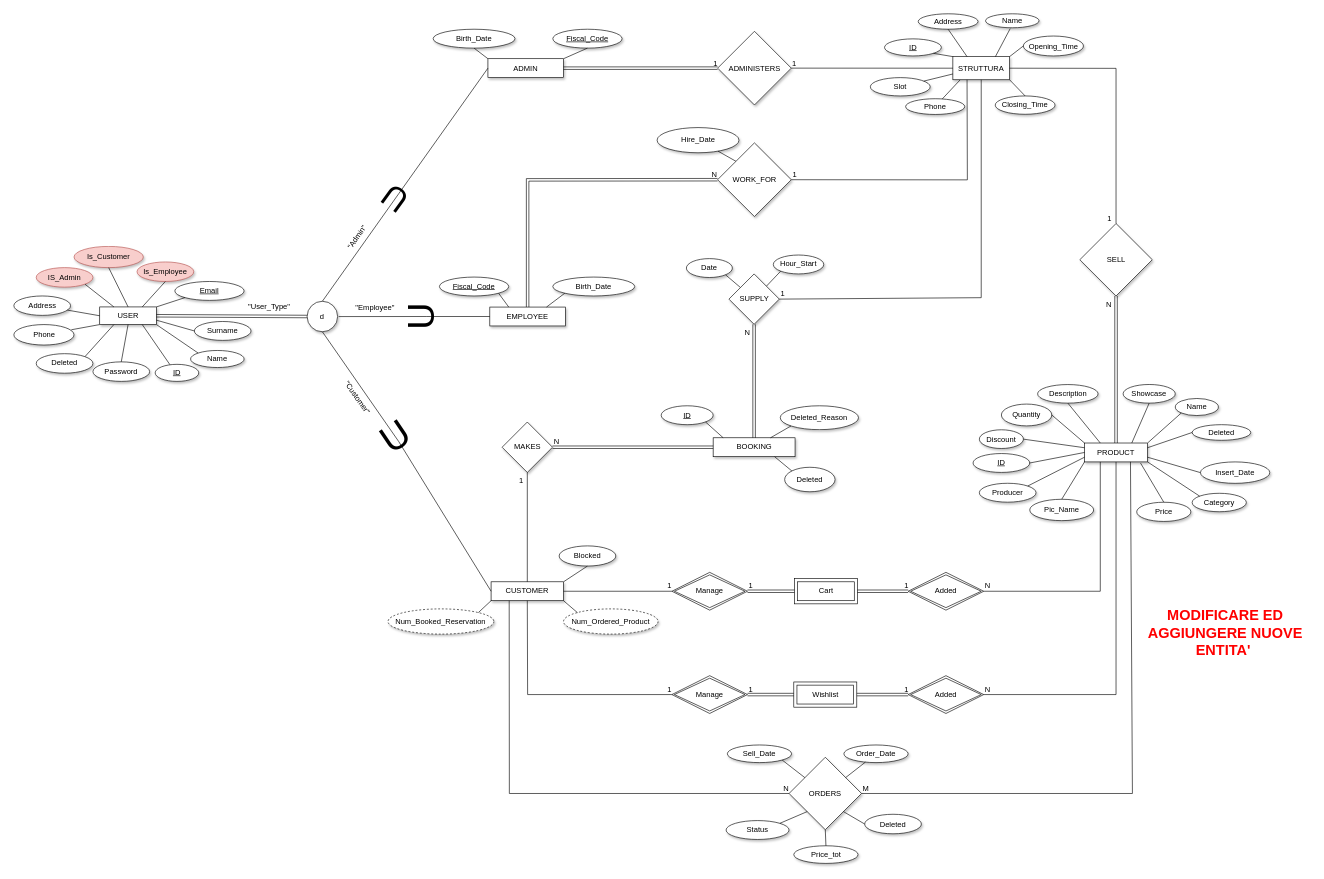
Earlier version of the draw.io diagram db/NEW_EER.drawio (lilpilgit/Barber). Source tidied: cells renumbered, new cells numbered last; positions are measured from the earlier drawing's top-left corner, leaving out a move shared by most shapes. Both pictures are drawn from the tidied source at 63%, with x=0, y=0 at pixel (13, 13).
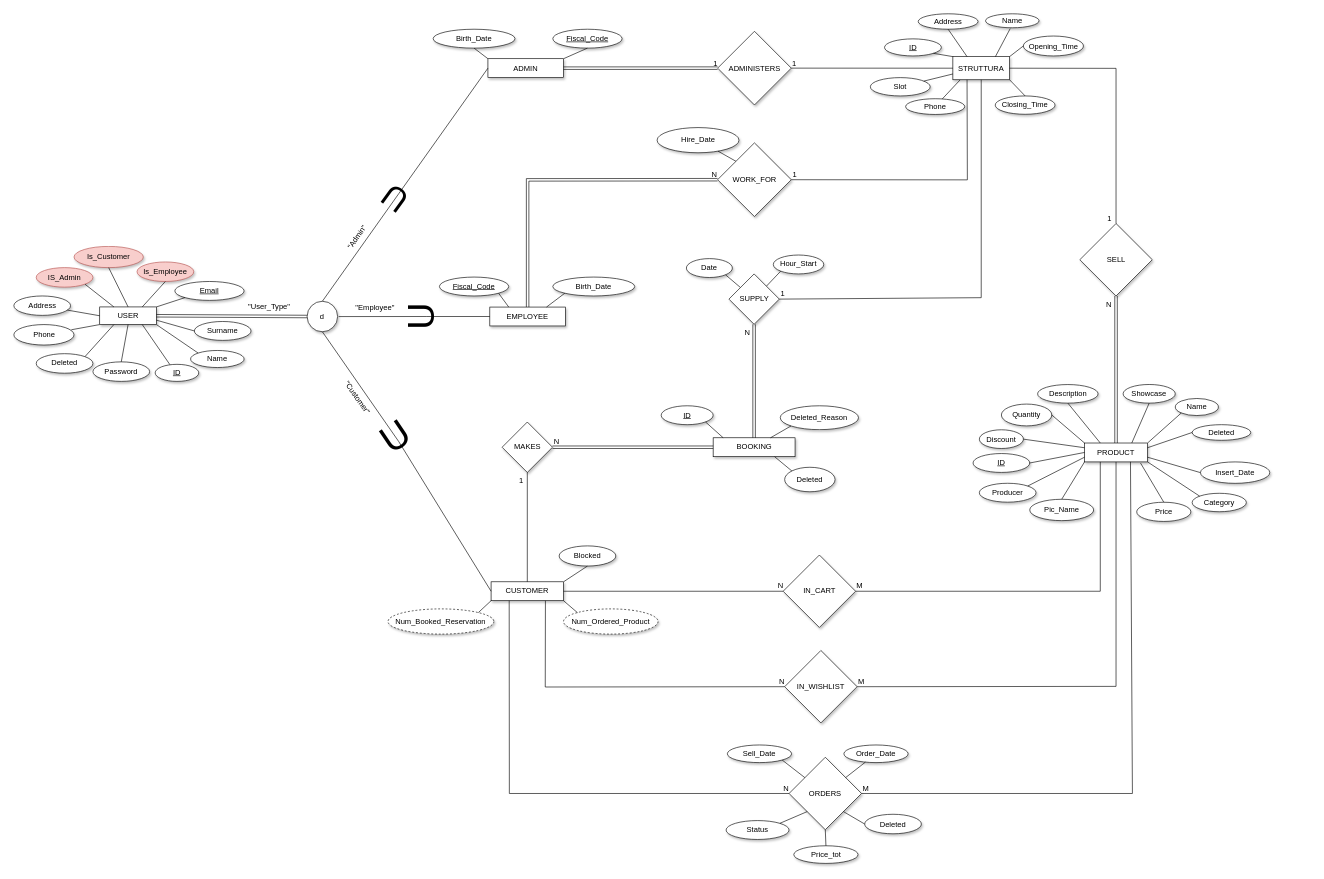
The same page after the edit.

The change refers to these unchanged cells:
```xml
<mxCell id="2" value="PRODUCT" style="rounded=0;whiteSpace=wrap;html=1;shadow=1;" parent="1" vertex="1">
  <mxGeometry x="1700" y="681.7" width="100" height="30" as="geometry" />
</mxCell>
<mxCell id="4" value="CUSTOMER" style="rounded=0;whiteSpace=wrap;html=1;shadow=1;" parent="1" vertex="1">
  <mxGeometry x="758" y="902" width="115" height="30" as="geometry" />
</mxCell>
```

What changed in the source:
```diff
@@
-    <mxCell id="150" value="&lt;font color=&quot;#ff0000&quot; size=&quot;1&quot;&gt;&lt;b style=&quot;font-size: 23px&quot;&gt;MODIFICARE ED AGGIUNGERE NUOVE ENTITA'&amp;nbsp;&lt;/b&gt;&lt;/font&gt;" style="text;html=1;strokeColor=none;fillColor=none;align=center;verticalAlign=middle;whiteSpace=wrap;rounded=0;" parent="1" vertex="1">
-      <mxGeometry x="1782.8" y="945" width="280.5" height="76.1" as="geometry" />
-    </mxCell>
-    <mxCell id="151" value="Cart" style="shape=ext;margin=3;double=1;whiteSpace=wrap;html=1;align=center;" parent="1" vertex="1">
-      <mxGeometry x="1239.5" y="897" width="100" height="40" as="geometry" />
-    </mxCell>
-    <mxCell id="152" value="Wishlist" style="shape=ext;margin=3;double=1;whiteSpace=wrap;html=1;align=center;" parent="1" vertex="1">
-      <mxGeometry x="1238.5" y="1061" width="100" height="40" as="geometry" />
-    </mxCell>
-    <mxCell id="153" value="Manage" style="shape=rhombus;double=1;perimeter=rhombusPerimeter;whiteSpace=wrap;html=1;align=center;" parent="1" vertex="1">
-      <mxGeometry x="1045" y="887" width="120" height="60" as="geometry" />
-    </mxCell>
-    <mxCell id="154" value="Manage" style="shape=rhombus;double=1;perimeter=rhombusPerimeter;whiteSpace=wrap;html=1;align=center;" parent="1" vertex="1">
-      <mxGeometry x="1045" y="1051" width="120" height="60" as="geometry" />
-    </mxCell>
-    <mxCell id="155" value="Added" style="shape=rhombus;double=1;perimeter=rhombusPerimeter;whiteSpace=wrap;html=1;align=center;" parent="1" vertex="1">
-      <mxGeometry x="1420" y="887" width="120" height="60" as="geometry" />
-    </mxCell>
-    <mxCell id="156" value="Added" style="shape=rhombus;double=1;perimeter=rhombusPerimeter;whiteSpace=wrap;html=1;align=center;" parent="1" vertex="1">
-      <mxGeometry x="1420" y="1051" width="120" height="60" as="geometry" />
-    </mxCell>
-    <mxCell id="157" style="endArrow=none;html=1;rounded=0;entryX=0;entryY=0.5;entryDx=0;entryDy=0;exitX=1;exitY=0.5;exitDx=0;exitDy=0;" parent="1" edge="1" source="4" target="153">
+    <mxCell id="157" style="endArrow=none;html=1;rounded=0;entryX=0;entryY=0.5;entryDx=0;entryDy=0;exitX=1;exitY=0.5;exitDx=0;exitDy=0;" parent="1" edge="1" source="4" target="173">
       <mxGeometry relative="1" as="geometry" />
     </mxCell>
-    <mxCell id="158" value="1" style="html=1;align=right;verticalAlign=bottom;" parent="157" vertex="1">
+    <mxCell id="158" value="N" style="html=1;align=right;verticalAlign=bottom;" parent="157" vertex="1">
       <mxGeometry x="1" relative="1" as="geometry" />
     </mxCell>
-    <mxCell id="159" style="endArrow=none;html=1;rounded=0;entryX=1;entryY=0.5;entryDx=0;entryDy=0;exitX=0.25;exitY=1;exitDx=0;exitDy=0;" parent="1" edge="1" source="2" target="155">
-      <mxGeometry relative="1" as="geometry">
-        <Array as="points">
-          <mxPoint x="1725" y="917" />
-        </Array>
-      </mxGeometry>
-    </mxCell>
-    <mxCell id="160" value="N" style="html=1;align=left;verticalAlign=bottom;" parent="159" vertex="1">
-      <mxGeometry x="1" relative="1" as="geometry" />
-    </mxCell>
-    <mxCell id="161" style="shape=link;html=1;rounded=0;entryX=0;entryY=0.5;entryDx=0;entryDy=0;exitX=1;exitY=0.5;exitDx=0;exitDy=0;" parent="1" edge="1" source="151" target="155">
-      <mxGeometry relative="1" as="geometry" />
-    </mxCell>
-    <mxCell id="162" value="1" style="html=1;align=right;verticalAlign=bottom;" parent="161" vertex="1">
-      <mxGeometry x="1" relative="1" as="geometry" />
-    </mxCell>
-    <mxCell id="163" style="endArrow=none;html=1;rounded=0;entryX=1;entryY=0.5;entryDx=0;entryDy=0;exitX=0;exitY=0.5;exitDx=0;exitDy=0;shape=link;" parent="1" edge="1" source="151" target="153">
-      <mxGeometry relative="1" as="geometry" />
-    </mxCell>
-    <mxCell id="164" value="1" style="html=1;align=left;verticalAlign=bottom;" parent="163" vertex="1">
-      <mxGeometry x="1" relative="1" as="geometry" />
-    </mxCell>
-    <mxCell id="165" style="endArrow=none;html=1;rounded=0;entryX=0;entryY=0.5;entryDx=0;entryDy=0;exitX=0.5;exitY=1;exitDx=0;exitDy=0;" parent="1" edge="1" source="4" target="154">
-      <mxGeometry relative="1" as="geometry">
-        <Array as="points">
-          <mxPoint x="816" y="1081" />
-        </Array>
-      </mxGeometry>
-    </mxCell>
-    <mxCell id="166" value="1" style="html=1;align=right;verticalAlign=bottom;" parent="165" vertex="1">
-      <mxGeometry x="1" relative="1" as="geometry" />
-    </mxCell>
-    <mxCell id="167" style="endArrow=none;html=1;rounded=0;entryX=1;entryY=0.5;entryDx=0;entryDy=0;exitX=0;exitY=0.5;exitDx=0;exitDy=0;shape=link;" parent="1" edge="1" source="152" target="154">
-      <mxGeometry relative="1" as="geometry" />
-    </mxCell>
-    <mxCell id="168" value="1" style="html=1;align=left;verticalAlign=bottom;" parent="167" vertex="1">
-      <mxGeometry x="1" relative="1" as="geometry" />
-    </mxCell>
-    <mxCell id="169" style="shape=link;html=1;rounded=0;entryX=0;entryY=0.5;entryDx=0;entryDy=0;exitX=1;exitY=0.5;exitDx=0;exitDy=0;" parent="1" edge="1" source="152" target="156">
-      <mxGeometry relative="1" as="geometry" />
-    </mxCell>
-    <mxCell id="170" value="1" style="html=1;align=right;verticalAlign=bottom;" parent="169" vertex="1">
-      <mxGeometry x="1" relative="1" as="geometry" />
-    </mxCell>
-    <mxCell id="171" style="endArrow=none;html=1;rounded=0;entryX=1;entryY=0.5;entryDx=0;entryDy=0;exitX=0.5;exitY=1;exitDx=0;exitDy=0;" parent="1" edge="1" source="2" target="156">
-      <mxGeometry relative="1" as="geometry">
-        <Array as="points">
-          <mxPoint x="1750" y="1081" />
-        </Array>
-      </mxGeometry>
-    </mxCell>
-    <mxCell id="172" value="N" style="html=1;align=left;verticalAlign=bottom;" parent="171" vertex="1">
-      <mxGeometry x="1" relative="1" as="geometry" />
-    </mxCell>
+    <mxCell id="173" value="IN_CART" style="rhombus;whiteSpace=wrap;html=1;shadow=1;" parent="1" vertex="1">
+      <mxGeometry x="1221.6" y="859.5" width="115" height="115" as="geometry" />
+    </mxCell>
+    <mxCell id="174" style="endArrow=none;html=1;rounded=0;entryX=1;entryY=0.5;entryDx=0;entryDy=0;exitX=0.25;exitY=1;exitDx=0;exitDy=0;" parent="1" edge="1" source="2" target="173">
+      <mxGeometry relative="1" as="geometry">
+        <Array as="points">
+          <mxPoint x="1725" y="917" />
+        </Array>
+      </mxGeometry>
+    </mxCell>
+    <mxCell id="175" value="M" style="html=1;align=left;verticalAlign=bottom;" parent="174" vertex="1">
+      <mxGeometry x="1" relative="1" as="geometry" />
+    </mxCell>
+    <mxCell id="176" value="IN_WISHLIST" style="rhombus;whiteSpace=wrap;html=1;shadow=1;" parent="1" vertex="1">
+      <mxGeometry x="1224" y="1011" width="115" height="115" as="geometry" />
+    </mxCell>
+    <mxCell id="177" style="endArrow=none;html=1;rounded=0;entryX=0;entryY=0.5;entryDx=0;entryDy=0;exitX=0.75;exitY=1;exitDx=0;exitDy=0;" parent="1" edge="1" source="4" target="176">
+      <mxGeometry relative="1" as="geometry">
+        <Array as="points">
+          <mxPoint x="844" y="1069" />
+        </Array>
+      </mxGeometry>
+    </mxCell>
+    <mxCell id="178" value="N" style="html=1;align=right;verticalAlign=bottom;" parent="177" vertex="1">
+      <mxGeometry x="1" relative="1" as="geometry" />
+    </mxCell>
+    <mxCell id="179" style="endArrow=none;html=1;rounded=0;entryX=1;entryY=0.5;entryDx=0;entryDy=0;exitX=0.5;exitY=1;exitDx=0;exitDy=0;" parent="1" edge="1" source="2" target="176">
+      <mxGeometry relative="1" as="geometry">
+        <Array as="points">
+          <mxPoint x="1750" y="1068" />
+        </Array>
+      </mxGeometry>
+    </mxCell>
+    <mxCell id="180" value="M" style="html=1;align=left;verticalAlign=bottom;" parent="179" vertex="1">
+      <mxGeometry x="1" relative="1" as="geometry" />
+    </mxCell>
```
